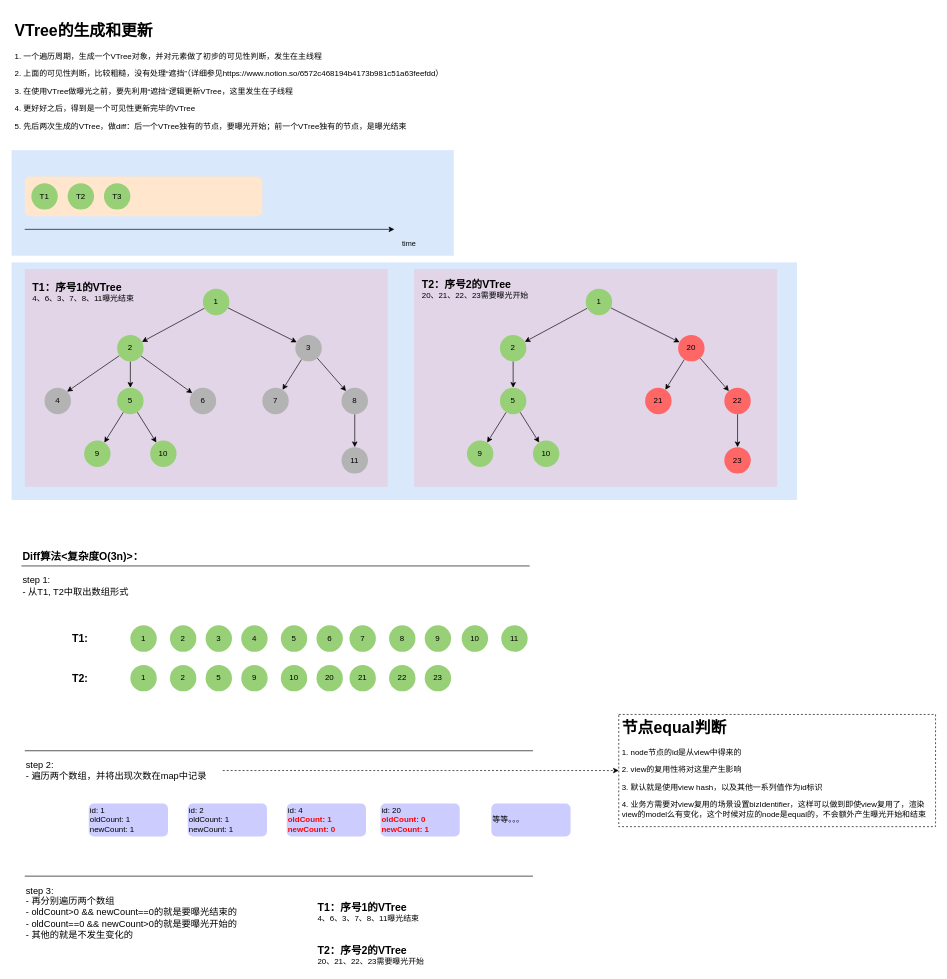
ShakeShakeMe/diagrams keeps this draw.io diagram as netease/EventTracing/曙光计划-基于VTree的曝光.drawio. Above is the earlier version. Source tidied: cells renumbered, new cells numbered last; positions are measured from the earlier drawing's top-left corner, leaving out a move shared by most shapes. Both pictures are drawn from the tidied source at 66%, with x=0, y=0 at pixel (11, 18).
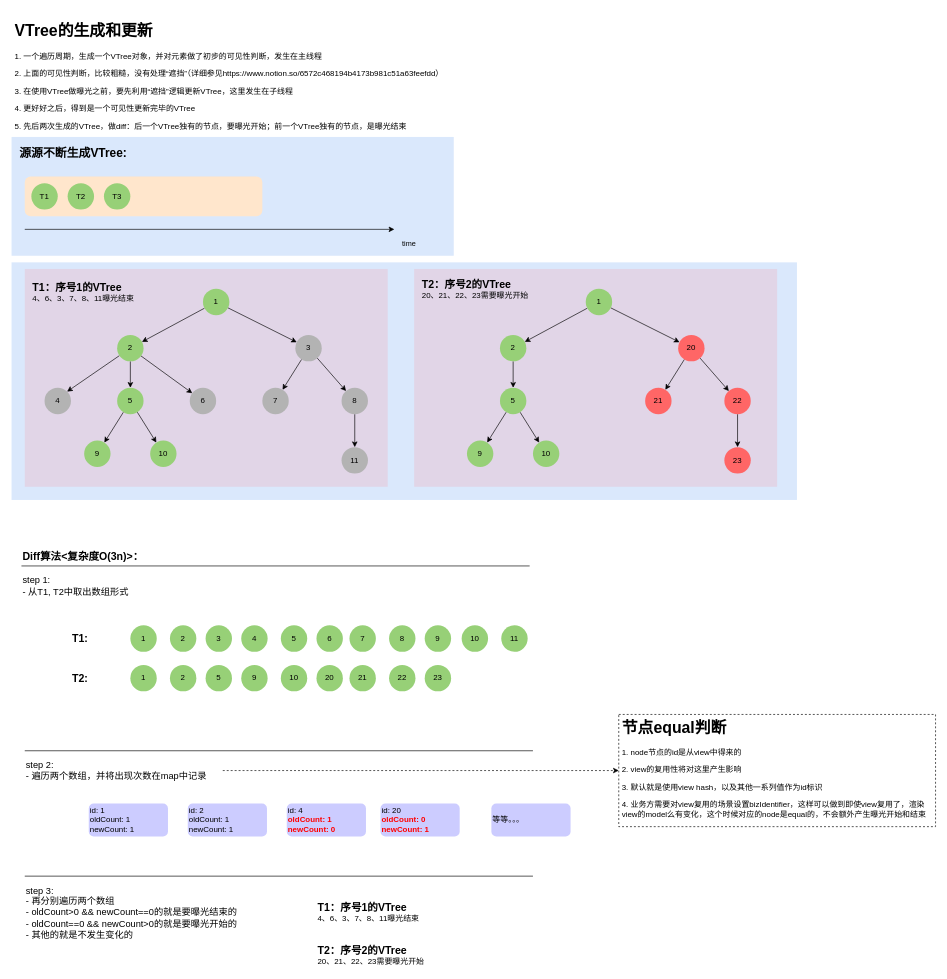
Above is the later version.

Commit message:
Update 曙光计划-基于VTree的曝光.drawio

Change to the diagram source:
```diff
@@
     <mxCell id="3" style="rounded=0;whiteSpace=wrap;html=1;fillColor=#dae8fc;strokeColor=none;" parent="1" vertex="1">
-      <mxGeometry y="200" width="670" height="160" as="geometry" />
+      <mxGeometry y="180" width="670" height="180" as="geometry" />
     </mxCell>
@@
+    <mxCell id="91" value="&lt;font style=&quot;font-size: 18px&quot;&gt;源源不断生成VTree:&lt;/font&gt;" style="text;html=1;strokeColor=none;fillColor=none;align=left;verticalAlign=middle;whiteSpace=wrap;rounded=0;labelBackgroundColor=none;fontStyle=1;" parent="1" vertex="1">
+      <mxGeometry x="10" y="190" width="200" height="30" as="geometry" />
+    </mxCell>
```
